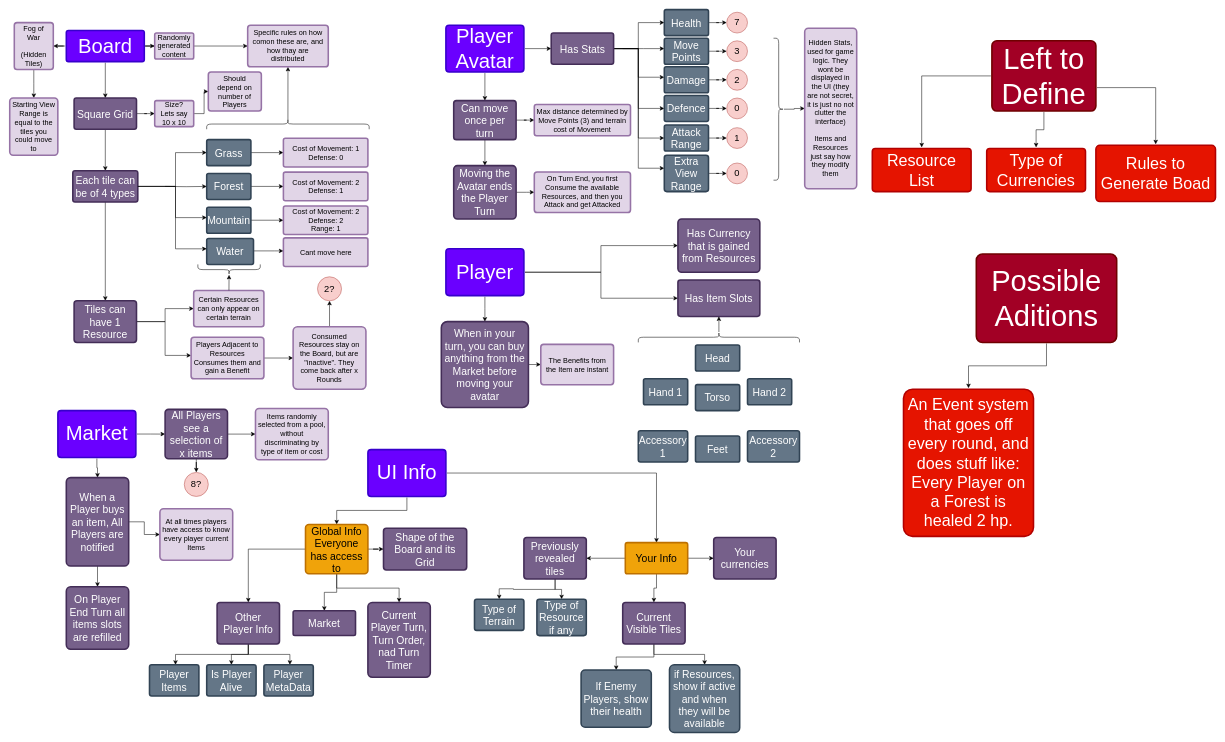
This is Game Elements Diagram.drawio from Valentino-02/board-game-client, a draw.io file, before an edit. Source tidied: cells renumbered, new cells numbered last; positions are measured from the earlier drawing's top-left corner, leaving out a move shared by most shapes. Both pictures are drawn from the tidied source at 52%, with x=0, y=0 at pixel (9, 9).
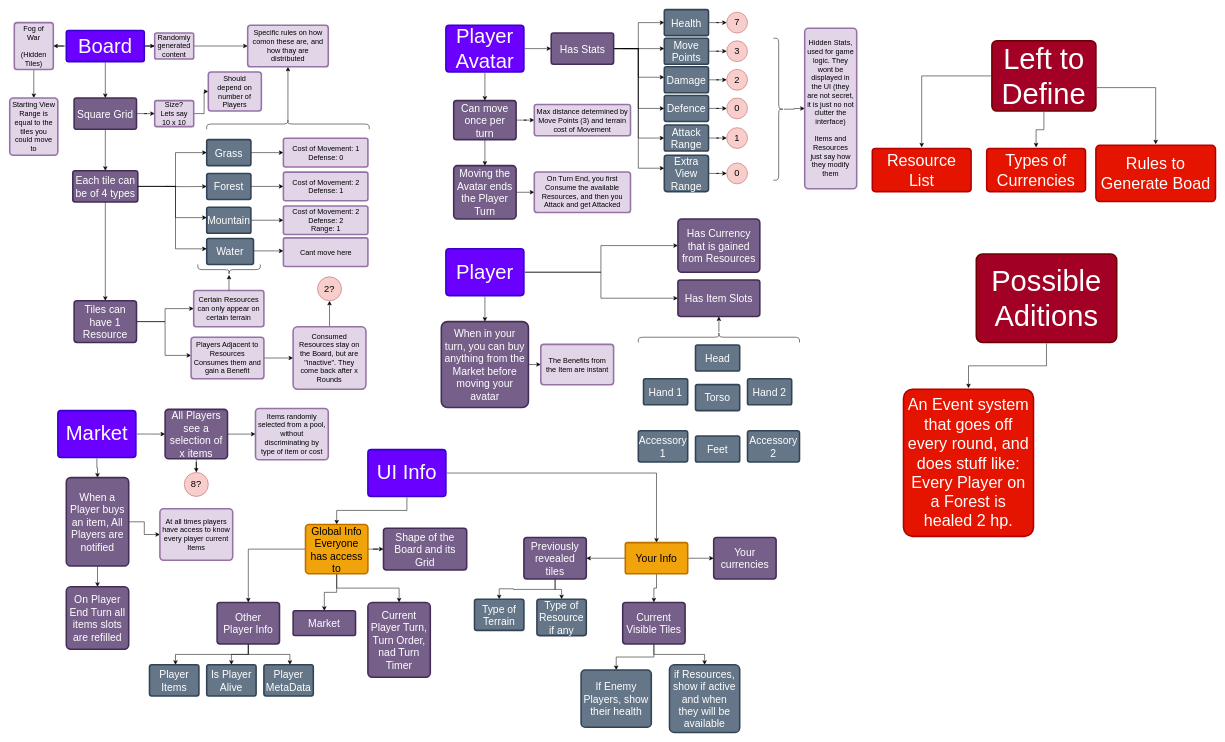
The same diagram, later.

What changed in the source:
```diff
@@
-    <mxCell id="156" value="Type of Currencies" style="rounded=1;whiteSpace=wrap;html=1;shadow=0;labelBackgroundColor=none;strokeColor=#B20000;strokeWidth=3;fillColor=#e51400;fontFamily=Helvetica;fontSize=31;align=center;spacing=5;arcSize=7;perimeterSpacing=2;fontColor=#ffffff;" parent="1" vertex="1">
+    <mxCell id="156" value="Types of Currencies" style="rounded=1;whiteSpace=wrap;html=1;shadow=0;labelBackgroundColor=none;strokeColor=#B20000;strokeWidth=3;fillColor=#e51400;fontFamily=Helvetica;fontSize=31;align=center;spacing=5;arcSize=7;perimeterSpacing=2;fontColor=#ffffff;" parent="1" vertex="1">
       <mxGeometry x="1879" y="267" width="190" height="83" as="geometry" />
     </mxCell>
```
